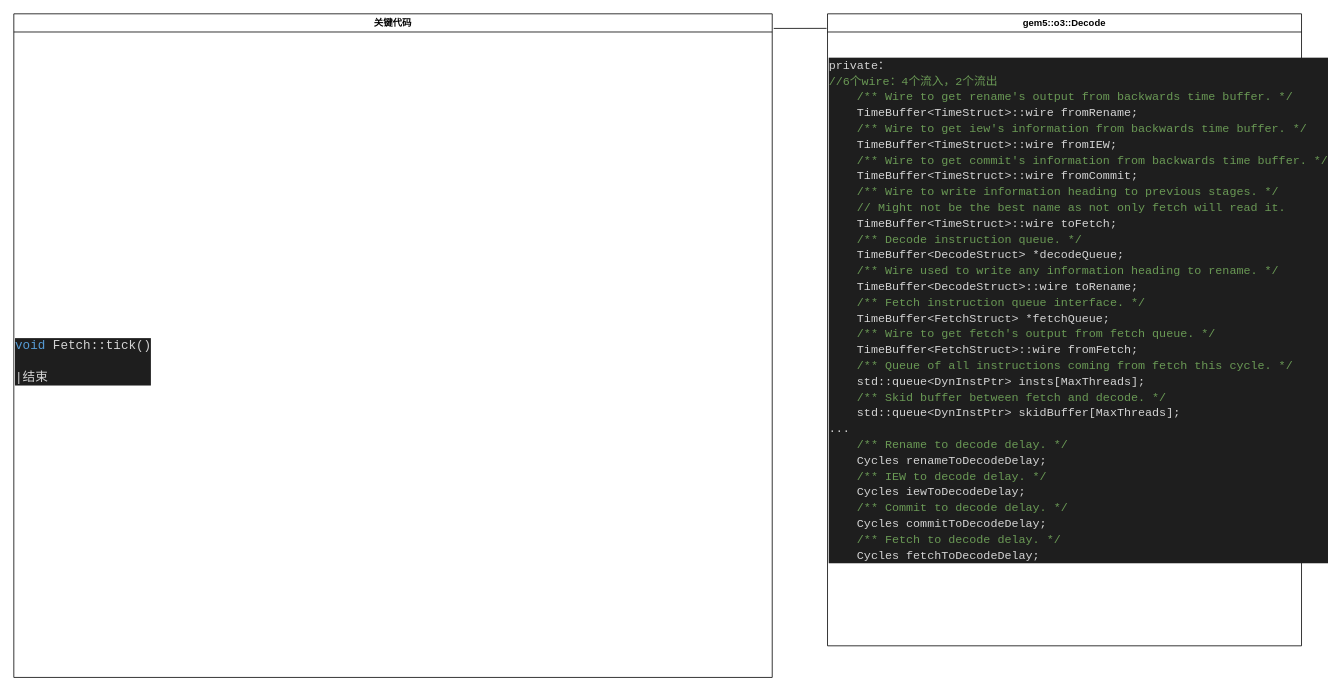
matchchen/gem5 keeps this draw.io diagram as page "Decode" (4 of 4) of learningNote/note.drawio. Above is the earlier version. Source tidied: cells renumbered, new cells numbered last; positions are measured from the earlier drawing's top-left corner, leaving out a move shared by most shapes. Both pictures are drawn from the tidied source at 79%, with x=0, y=0 at pixel (13, 13).
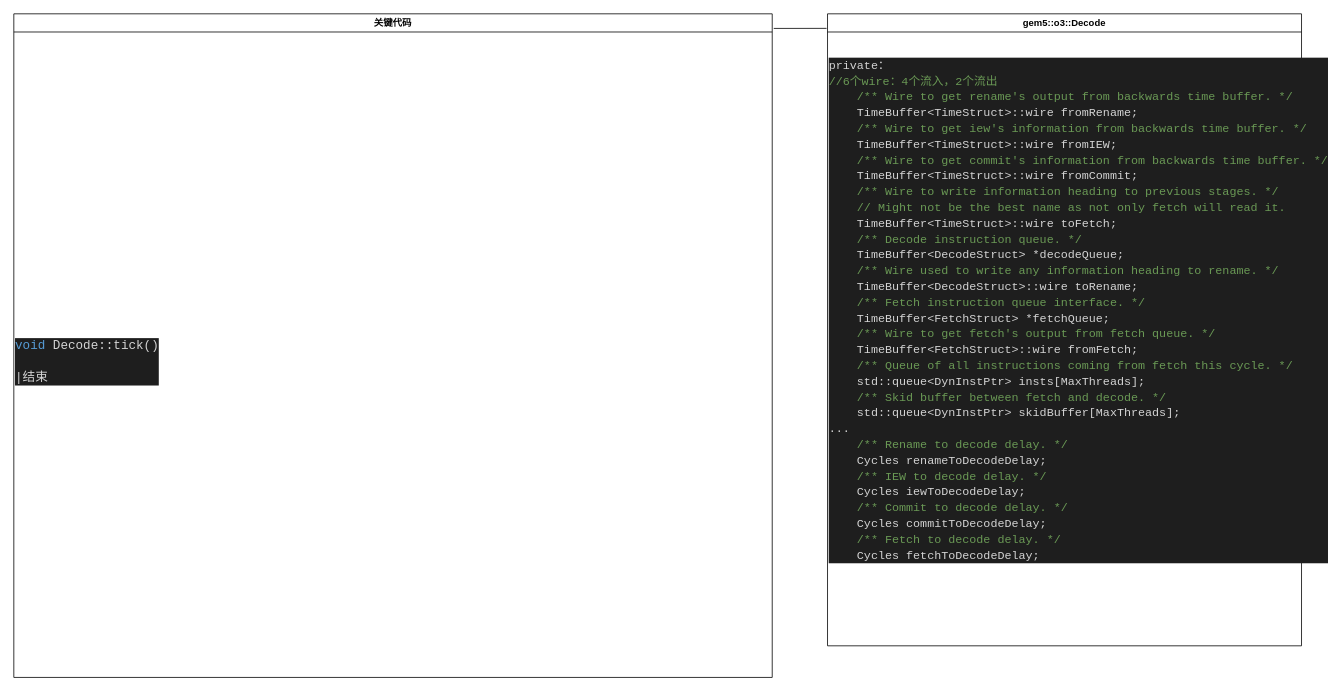
Above is the later version.

Diff of the diagram source:
```diff
@@
 <mxGraphModel>
   <root>
     <mxCell id="0" />
     <mxCell id="1" parent="0" />
     <mxCell id="2" value="gem5::o3::Decode" style="swimlane;startSize=23;" parent="1" vertex="1">
       <mxGeometry x="1030" width="600" height="800" as="geometry" />
     </mxCell>
     <mxCell id="3" value="&lt;div style=&quot;background-color: rgb(30, 30, 30); line-height: 20px;&quot;&gt;&lt;div style=&quot;font-size: 15.4px; font-family: Consolas, &amp;quot;Courier New&amp;quot;, monospace;&quot;&gt;&lt;div style=&quot;font-size: 14.84px; line-height: 20px;&quot;&gt;&lt;div style=&quot;&quot;&gt;&lt;div style=&quot;color: rgb(212, 212, 212); line-height: 20px;&quot;&gt;&lt;div&gt;private：&lt;br&gt;&lt;/div&gt;&lt;div&gt;&lt;span style=&quot;color: rgb(106, 153, 85);&quot;&gt;//6个wire：4个流入，2个流出&lt;/span&gt;&lt;br&gt;&lt;/div&gt;&lt;/div&gt;&lt;/div&gt;&lt;div style=&quot;&quot;&gt;&lt;div style=&quot;color: rgb(212, 212, 212); line-height: 20px;&quot;&gt;&lt;div&gt;&lt;span style=&quot;color: #6a9955;&quot;&gt;&amp;nbsp; &amp;nbsp; /** Wire to get rename's output from backwards time buffer. */&lt;/span&gt;&lt;/div&gt;&lt;div&gt;&amp;nbsp; &amp;nbsp; TimeBuffer&amp;lt;TimeStruct&amp;gt;::wire fromRename;&lt;/div&gt;&lt;div&gt;&lt;span style=&quot;color: #6a9955;&quot;&gt;&amp;nbsp; &amp;nbsp; /** Wire to get iew's information from backwards time buffer. */&lt;/span&gt;&lt;/div&gt;&lt;div&gt;&amp;nbsp; &amp;nbsp; TimeBuffer&amp;lt;TimeStruct&amp;gt;::wire fromIEW;&lt;/div&gt;&lt;div&gt;&lt;span style=&quot;color: #6a9955;&quot;&gt;&amp;nbsp; &amp;nbsp; /** Wire to get commit's information from backwards time buffer. */&lt;/span&gt;&lt;/div&gt;&lt;div&gt;&amp;nbsp; &amp;nbsp; TimeBuffer&amp;lt;TimeStruct&amp;gt;::wire fromCommit;&lt;/div&gt;&lt;div&gt;&lt;span style=&quot;color: #6a9955;&quot;&gt;&amp;nbsp; &amp;nbsp; /** Wire to write information heading to previous stages. */&lt;/span&gt;&lt;/div&gt;&lt;div&gt;&lt;span style=&quot;color: #6a9955;&quot;&gt;&amp;nbsp; &amp;nbsp; // Might not be the best name as not only fetch will read it.&lt;/span&gt;&lt;/div&gt;&lt;div&gt;&amp;nbsp; &amp;nbsp; TimeBuffer&amp;lt;TimeStruct&amp;gt;::wire toFetch;&lt;/div&gt;&lt;div&gt;&lt;span style=&quot;color: #6a9955;&quot;&gt;&amp;nbsp; &amp;nbsp; /** Decode instruction queue. */&lt;/span&gt;&lt;/div&gt;&lt;div&gt;&amp;nbsp; &amp;nbsp; TimeBuffer&amp;lt;DecodeStruct&amp;gt; *decodeQueue;&lt;/div&gt;&lt;div&gt;&lt;span style=&quot;color: #6a9955;&quot;&gt;&amp;nbsp; &amp;nbsp; /** Wire used to write any information heading to rename. */&lt;/span&gt;&lt;/div&gt;&lt;div&gt;&amp;nbsp; &amp;nbsp; TimeBuffer&amp;lt;DecodeStruct&amp;gt;::wire toRename;&lt;/div&gt;&lt;div&gt;&lt;span style=&quot;color: #6a9955;&quot;&gt;&amp;nbsp; &amp;nbsp; /** Fetch instruction queue interface. */&lt;/span&gt;&lt;/div&gt;&lt;div&gt;&amp;nbsp; &amp;nbsp; TimeBuffer&amp;lt;FetchStruct&amp;gt; *fetchQueue;&lt;/div&gt;&lt;div&gt;&lt;span style=&quot;color: #6a9955;&quot;&gt;&amp;nbsp; &amp;nbsp; /** Wire to get fetch's output from fetch queue. */&lt;/span&gt;&lt;/div&gt;&lt;div&gt;&amp;nbsp; &amp;nbsp; TimeBuffer&amp;lt;FetchStruct&amp;gt;::wire fromFetch;&lt;/div&gt;&lt;div&gt;&lt;span style=&quot;color: #6a9955;&quot;&gt;&amp;nbsp; &amp;nbsp; /** Queue of all instructions coming from fetch this cycle. */&lt;/span&gt;&lt;/div&gt;&lt;div&gt;&amp;nbsp; &amp;nbsp; std::queue&amp;lt;DynInstPtr&amp;gt; insts[MaxThreads];&lt;/div&gt;&lt;div&gt;&lt;span style=&quot;color: #6a9955;&quot;&gt;&amp;nbsp; &amp;nbsp; /** Skid buffer between fetch and decode. */&lt;/span&gt;&lt;/div&gt;&lt;div&gt;&amp;nbsp; &amp;nbsp; std::queue&amp;lt;DynInstPtr&amp;gt; skidBuffer[MaxThreads];&lt;/div&gt;&lt;div&gt;...&lt;/div&gt;&lt;div&gt;&lt;div style=&quot;line-height: 20px;&quot;&gt;&lt;div&gt;&lt;span style=&quot;color: #6a9955;&quot;&gt;&amp;nbsp; &amp;nbsp; /** Rename to decode delay. */&lt;/span&gt;&lt;/div&gt;&lt;div&gt;&amp;nbsp; &amp;nbsp; Cycles renameToDecodeDelay;&lt;/div&gt;&lt;div&gt;&lt;span style=&quot;color: #6a9955;&quot;&gt;&amp;nbsp; &amp;nbsp; /** IEW to decode delay. */&lt;/span&gt;&lt;/div&gt;&lt;div&gt;&amp;nbsp; &amp;nbsp; Cycles iewToDecodeDelay;&lt;/div&gt;&lt;div&gt;&lt;span style=&quot;color: #6a9955;&quot;&gt;&amp;nbsp; &amp;nbsp; /** Commit to decode delay. */&lt;/span&gt;&lt;/div&gt;&lt;div&gt;&amp;nbsp; &amp;nbsp; Cycles commitToDecodeDelay;&lt;/div&gt;&lt;div&gt;&lt;span style=&quot;color: #6a9955;&quot;&gt;&amp;nbsp; &amp;nbsp; /** Fetch to decode delay. */&lt;/span&gt;&lt;/div&gt;&lt;div&gt;&amp;nbsp; &amp;nbsp; Cycles fetchToDecodeDelay;&lt;/div&gt;&lt;/div&gt;&lt;/div&gt;&lt;/div&gt;&lt;/div&gt;&lt;/div&gt;&lt;/div&gt;&lt;/div&gt;" style="text;html=1;align=left;verticalAlign=middle;strokeColor=none;fillColor=none;" parent="2" vertex="1">
       <mxGeometry y="50" width="600" height="650" as="geometry" />
     </mxCell>
     <mxCell id="4" value="关键代码" style="swimlane;startSize=23;" parent="1" vertex="1">
       <mxGeometry width="960" height="840" as="geometry" />
     </mxCell>
-    <mxCell id="5" value="&lt;div style=&quot;background-color: rgb(30, 30, 30); line-height: 20px;&quot;&gt;&lt;div style=&quot;font-size: 15.4px; font-family: Consolas, &amp;quot;Courier New&amp;quot;, monospace;&quot;&gt;&lt;span style=&quot;color: rgb(86, 156, 214); font-size: 15.96px;&quot;&gt;void&amp;nbsp;&lt;/span&gt;&lt;span style=&quot;color: rgb(212, 212, 212); font-size: 15.96px;&quot;&gt;Fetch::tick()&lt;/span&gt;&lt;/div&gt;&lt;div style=&quot;font-size: 15.4px; font-family: Consolas, &amp;quot;Courier New&amp;quot;, monospace; color: rgb(212, 212, 212);&quot;&gt;&lt;br&gt;&lt;/div&gt;&lt;div style=&quot;font-size: 15.4px; font-family: Consolas, &amp;quot;Courier New&amp;quot;, monospace; color: rgb(212, 212, 212);&quot;&gt;&lt;span style=&quot;font-size: 15.96px;&quot;&gt;|结束&lt;/span&gt;&lt;/div&gt;&lt;/div&gt;" style="text;html=1;align=left;verticalAlign=middle;strokeColor=none;fillColor=none;" parent="4" vertex="1">
-      <mxGeometry y="405" width="180" height="70" as="geometry" />
+    <mxCell id="5" value="&lt;div style=&quot;background-color: rgb(30, 30, 30); line-height: 20px;&quot;&gt;&lt;div style=&quot;font-size: 15.4px; font-family: Consolas, &amp;quot;Courier New&amp;quot;, monospace;&quot;&gt;&lt;span style=&quot;color: rgb(86, 156, 214); font-size: 15.96px;&quot;&gt;void &lt;/span&gt;&lt;span style=&quot;font-size: 15.96px;&quot;&gt;&lt;font color=&quot;#d4d4d4&quot;&gt;Decode&lt;/font&gt;&lt;/span&gt;&lt;span style=&quot;color: rgb(212, 212, 212); font-size: 15.96px;&quot;&gt;::tick()&lt;/span&gt;&lt;/div&gt;&lt;div style=&quot;font-size: 15.4px; font-family: Consolas, &amp;quot;Courier New&amp;quot;, monospace; color: rgb(212, 212, 212);&quot;&gt;&lt;br&gt;&lt;/div&gt;&lt;div style=&quot;font-size: 15.4px; font-family: Consolas, &amp;quot;Courier New&amp;quot;, monospace; color: rgb(212, 212, 212);&quot;&gt;&lt;span style=&quot;font-size: 15.96px;&quot;&gt;|结束&lt;/span&gt;&lt;/div&gt;&lt;/div&gt;" style="text;html=1;align=left;verticalAlign=middle;strokeColor=none;fillColor=none;" parent="4" vertex="1">
+      <mxGeometry y="405" width="190" height="70" as="geometry" />
     </mxCell>
     <mxCell id="6" style="edgeStyle=none;jettySize=auto;html=1;fontColor=#6A9955;exitX=1.002;exitY=0.022;exitDx=0;exitDy=0;exitPerimeter=0;entryX=-0.002;entryY=0.023;entryDx=0;entryDy=0;entryPerimeter=0;endArrow=none;endFill=0;" parent="1" edge="1" source="4" target="2">
       <mxGeometry relative="1" as="geometry" />
     </mxCell>
   </root>
 </mxGraphModel>
```
